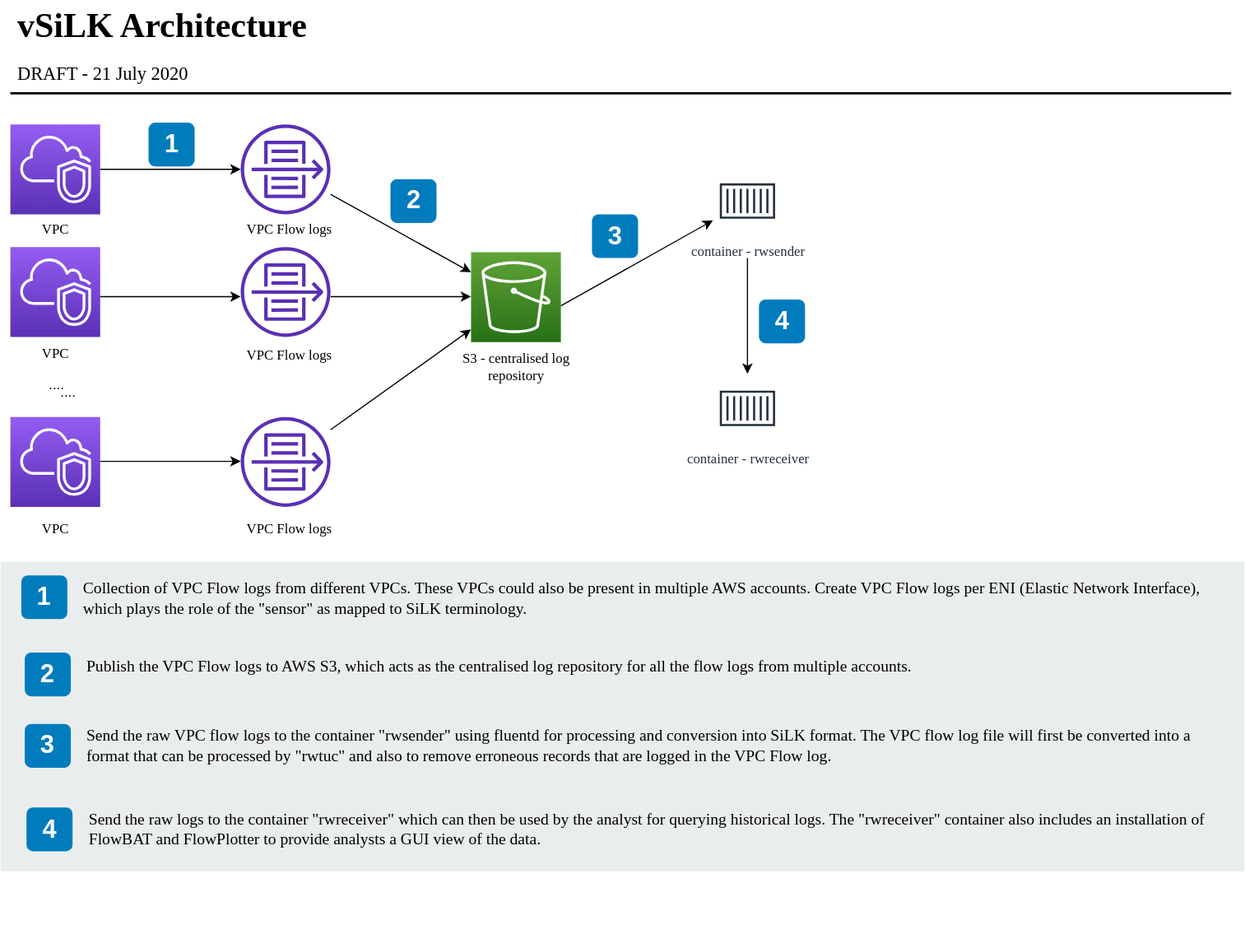
Above: images/vSiLK architecture.svg in ballaswetha/silk-vpc (draw.io), before the change. Source tidied: cells renumbered, new cells last; positions are measured from the earlier drawing's top-left corner, leaving out a move shared by most shapes.
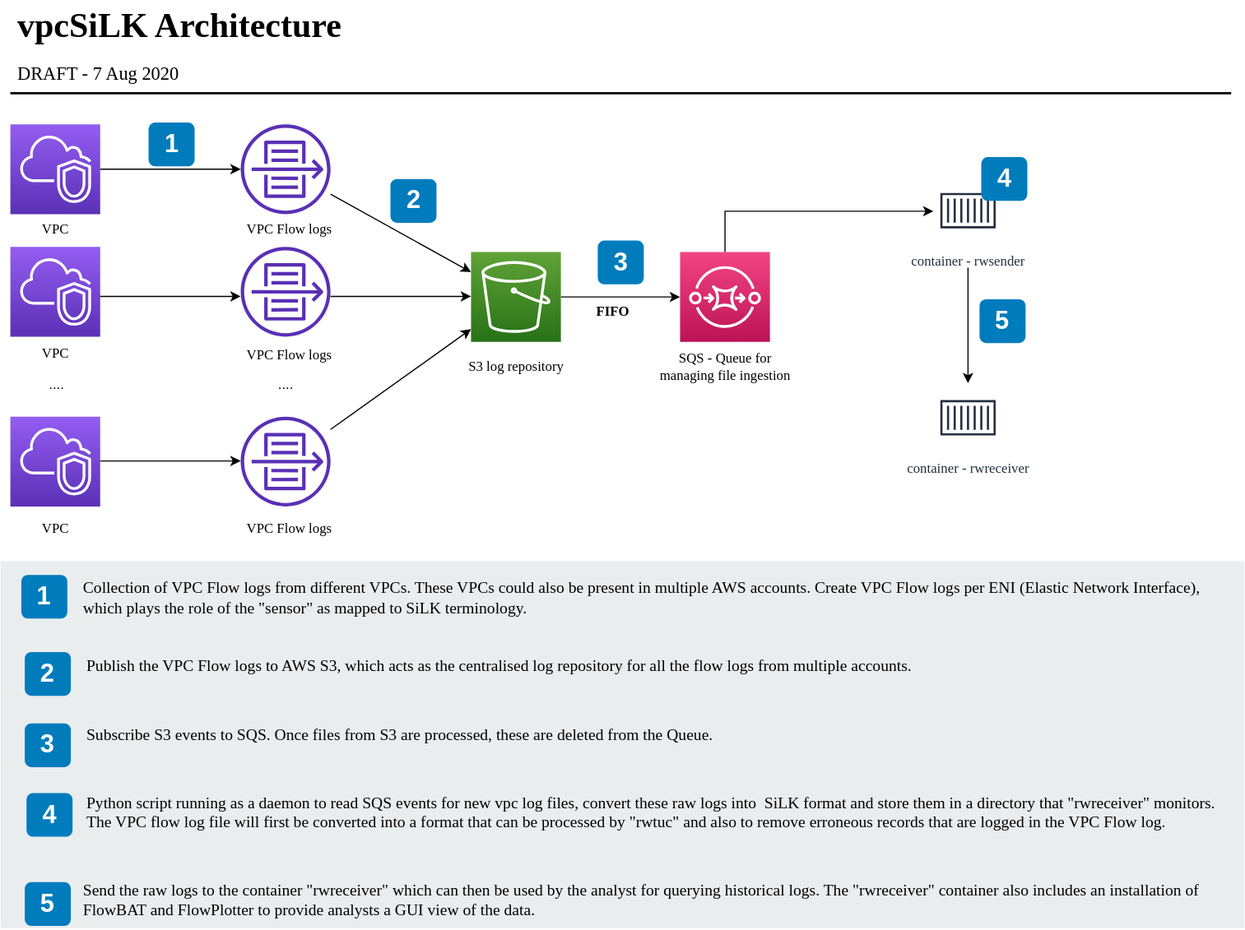
The same file after the commit.

Change to the diagram source:
```diff
@@ -2,11 +2,11 @@
   <root>
     <mxCell id="0" />
     <mxCell id="1" parent="0" />
-    <mxCell id="2" value="&lt;font face=&quot;Garamond&quot;&gt;vSiLK Architecture&lt;/font&gt;" style="text;html=1;align=left;verticalAlign=top;spacingTop=-4;fontSize=30;fontStyle=1;" parent="1" vertex="1">
-      <mxGeometry x="12.5" y="0.5" width="340" height="40" as="geometry" />
+    <mxCell id="2" value="&lt;font face=&quot;Garamond&quot;&gt;vpcSiLK Architecture&lt;/font&gt;" style="text;html=1;align=left;verticalAlign=top;spacingTop=-4;fontSize=30;fontStyle=1;" parent="1" vertex="1">
+      <mxGeometry x="12.5" y="0.5" width="380" height="40" as="geometry" />
     </mxCell>
-    <mxCell id="3" value="DRAFT - 21 July 2020" style="text;html=1;align=left;verticalAlign=top;spacingTop=-4;fontSize=16;fontFamily=Garamond;" parent="1" vertex="1">
-      <mxGeometry x="12.5" y="50.5" width="190" height="20" as="geometry" />
+    <mxCell id="3" value="DRAFT - 7 Aug 2020" style="text;html=1;align=left;verticalAlign=top;spacingTop=-4;fontSize=16;fontFamily=Garamond;" parent="1" vertex="1">
+      <mxGeometry x="12.5" y="50.5" width="180" height="20" as="geometry" />
     </mxCell>
     <mxCell id="4" style="line;strokeWidth=2;html=1;fontSize=14;" parent="1" vertex="1">
       <mxGeometry x="8.5" y="75.5" width="1060" height="10" as="geometry" />
@@ -29,14 +29,17 @@
     <mxCell id="10" style="outlineConnect=0;fontColor=#232F3E;gradientColor=none;fillColor=#5A30B5;strokeColor=none;dashed=0;verticalLabelPosition=bottom;verticalAlign=top;align=center;html=1;fontSize=12;fontStyle=0;shape=mxgraph.aws4.flow_logs;" parent="1" vertex="1">
       <mxGeometry x="208.5" y="361.5" width="78" height="78" as="geometry" />
     </mxCell>
+    <mxCell id="44" style="edgeStyle=orthogonalEdgeStyle;rounded=0;jettySize=auto;html=1;" parent="1" edge="1" source="11" target="49">
+      <mxGeometry relative="1" as="geometry" />
+    </mxCell>
     <mxCell id="11" style="outlineConnect=0;fontColor=#232F3E;gradientColor=#60A337;gradientDirection=north;fillColor=#277116;strokeColor=#ffffff;dashed=0;verticalLabelPosition=bottom;verticalAlign=top;align=center;html=1;fontSize=12;fontStyle=0;shape=mxgraph.aws4.resourceIcon;resIcon=mxgraph.aws4.s3;" parent="1" vertex="1">
       <mxGeometry x="408.5" y="218.5" width="78" height="78" as="geometry" />
     </mxCell>
     <mxCell id="12" value="&lt;font face=&quot;Garamond&quot;&gt;container - rwsender&lt;/font&gt;" style="outlineConnect=0;fontColor=#232F3E;gradientColor=none;strokeColor=#232F3E;fillColor=#ffffff;dashed=0;verticalLabelPosition=bottom;verticalAlign=top;align=center;html=1;fontSize=12;fontStyle=0;shape=mxgraph.aws4.resourceIcon;resIcon=mxgraph.aws4.container_1;" parent="1" vertex="1">
-      <mxGeometry x="618.5" y="144" width="60" height="60" as="geometry" />
+      <mxGeometry x="810" y="152.5" width="60" height="60" as="geometry" />
     </mxCell>
     <mxCell id="13" value="&lt;font face=&quot;Garamond&quot;&gt;container - rwreceiver&lt;/font&gt;" style="outlineConnect=0;fontColor=#232F3E;gradientColor=none;strokeColor=#232F3E;fillColor=#ffffff;dashed=0;verticalLabelPosition=bottom;verticalAlign=top;align=center;html=1;fontSize=12;fontStyle=0;shape=mxgraph.aws4.resourceIcon;resIcon=mxgraph.aws4.container_1;" parent="1" vertex="1">
-      <mxGeometry x="618.5" y="324" width="60" height="60" as="geometry" />
+      <mxGeometry x="810" y="332.5" width="60" height="60" as="geometry" />
     </mxCell>
     <mxCell id="14" value="1" style="rounded=1;whiteSpace=wrap;html=1;fillColor=#007CBD;strokeColor=none;fontColor=#FFFFFF;fontStyle=1;fontSize=22;labelBackgroundColor=none;" parent="1" vertex="1">
       <mxGeometry x="128.5" y="106" width="40" height="38" as="geometry" />
@@ -45,10 +48,10 @@
       <mxGeometry x="338.5" y="155" width="40" height="38" as="geometry" />
     </mxCell>
     <mxCell id="16" value="3" style="rounded=1;whiteSpace=wrap;html=1;fillColor=#007CBD;strokeColor=none;fontColor=#FFFFFF;fontStyle=1;fontSize=22;labelBackgroundColor=none;" parent="1" vertex="1">
-      <mxGeometry x="513.5" y="185.5" width="40" height="38" as="geometry" />
+      <mxGeometry x="518.5" y="208.5" width="40" height="38" as="geometry" />
     </mxCell>
     <mxCell id="17" value="4" style="rounded=1;whiteSpace=wrap;html=1;fillColor=#007CBD;strokeColor=none;fontColor=#FFFFFF;fontStyle=1;fontSize=22;labelBackgroundColor=none;" parent="1" vertex="1">
-      <mxGeometry x="658.5" y="259.5" width="40" height="38" as="geometry" />
+      <mxGeometry x="851.5" y="136" width="40" height="38" as="geometry" />
     </mxCell>
     <mxCell id="18" value="VPC" style="text;html=1;strokeColor=none;fillColor=none;align=center;verticalAlign=middle;whiteSpace=wrap;rounded=0;fontFamily=Garamond;" parent="1" vertex="1">
       <mxGeometry x="27.5" y="188.5" width="40" height="20" as="geometry" />
@@ -63,7 +66,7 @@
       <mxGeometry x="28.5" y="324" width="40" height="20" as="geometry" />
     </mxCell>
     <mxCell id="22" value="...." style="text;html=1;strokeColor=none;fillColor=none;align=center;verticalAlign=middle;whiteSpace=wrap;rounded=0;" parent="1" vertex="1">
-      <mxGeometry x="38.5" y="330" width="40" height="20" as="geometry" />
+      <mxGeometry x="227.5" y="324" width="40" height="20" as="geometry" />
     </mxCell>
     <mxCell id="23" style="endArrow=classic;html=1;" parent="1" edge="1" source="5" target="6">
       <mxGeometry relative="1" as="geometry" />
@@ -92,14 +95,9 @@
     <mxCell id="28" style="endArrow=classic;html=1;" parent="1" edge="1" source="10" target="11">
       <mxGeometry relative="1" as="geometry" />
     </mxCell>
-    <mxCell id="29" style="endArrow=classic;html=1;" parent="1" edge="1" target="12">
-      <mxGeometry relative="1" as="geometry">
-        <mxPoint x="486.5" y="265" as="sourcePoint" />
-      </mxGeometry>
-    </mxCell>
     <mxCell id="30" style="endArrow=classic;html=1;" parent="1" edge="1" target="13">
       <mxGeometry relative="1" as="geometry">
-        <mxPoint x="648.5" y="223.5" as="sourcePoint" />
+        <mxPoint x="840" y="232" as="sourcePoint" />
       </mxGeometry>
     </mxCell>
     <mxCell id="31" value="VPC Flow logs" style="text;html=1;strokeColor=none;fillColor=none;align=center;verticalAlign=middle;whiteSpace=wrap;rounded=0;fontFamily=Garamond;" parent="1" vertex="1">
@@ -111,11 +109,11 @@
     <mxCell id="33" value="VPC Flow logs" style="text;html=1;strokeColor=none;fillColor=none;align=center;verticalAlign=middle;whiteSpace=wrap;rounded=0;fontFamily=Garamond;" parent="1" vertex="1">
       <mxGeometry x="200.5" y="188.5" width="100" height="20" as="geometry" />
     </mxCell>
-    <mxCell id="34" value="S3 - centralised log repository" style="text;html=1;strokeColor=none;fillColor=none;align=center;verticalAlign=middle;whiteSpace=wrap;rounded=0;fontFamily=Garamond;" parent="1" vertex="1">
+    <mxCell id="34" value="S3 log repository" style="text;html=1;strokeColor=none;fillColor=none;align=center;verticalAlign=middle;whiteSpace=wrap;rounded=0;fontFamily=Garamond;" parent="1" vertex="1">
       <mxGeometry x="397.5" y="307.5" width="100" height="20" as="geometry" />
     </mxCell>
     <mxCell id="35" style="rounded=0;whiteSpace=wrap;html=1;fillColor=#EAEDED;fontSize=22;fontColor=#FFFFFF;strokeColor=none;labelBackgroundColor=none;" parent="1" vertex="1">
-      <mxGeometry y="487" width="1080" height="269" as="geometry" />
+      <mxGeometry y="487" width="1080" height="319" as="geometry" />
     </mxCell>
     <mxCell id="36" value="1" style="rounded=1;whiteSpace=wrap;html=1;fillColor=#007CBD;strokeColor=none;fontColor=#FFFFFF;fontStyle=1;fontSize=22;labelBackgroundColor=none;" parent="1" vertex="1">
       <mxGeometry x="18" y="499" width="40" height="38" as="geometry" />
@@ -127,7 +125,7 @@
       <mxGeometry x="21" y="628" width="40" height="38" as="geometry" />
     </mxCell>
     <mxCell id="39" value="4" style="rounded=1;whiteSpace=wrap;html=1;fillColor=#007CBD;strokeColor=none;fontColor=#FFFFFF;fontStyle=1;fontSize=22;labelBackgroundColor=none;" parent="1" vertex="1">
-      <mxGeometry x="22.5" y="700.5" width="40" height="38" as="geometry" />
+      <mxGeometry x="22.5" y="688.5" width="40" height="38" as="geometry" />
     </mxCell>
     <mxCell id="40" value="&lt;font face=&quot;Garamond&quot;&gt;Collection of VPC Flow logs from different VPCs. These VPCs could also be present in multiple AWS accounts. Create VPC Flow logs per ENI (Elastic Network Interface), which plays the role of the &quot;sensor&quot; as mapped to SiLK terminology.&amp;nbsp; &lt;br&gt;&lt;/font&gt;" style="text;html=1;align=left;verticalAlign=top;spacingTop=-4;fontSize=14;labelBackgroundColor=none;whiteSpace=wrap;" parent="1" vertex="1">
       <mxGeometry x="69.5" y="498.5" width="980.5" height="118" as="geometry" />
@@ -135,11 +133,36 @@
     <mxCell id="41" value="&lt;font face=&quot;Garamond&quot;&gt;Publish the VPC Flow logs to AWS S3, which acts as the centralised log repository for all the flow logs from multiple accounts. &lt;br&gt;&lt;/font&gt;" style="text;html=1;align=left;verticalAlign=top;spacingTop=-4;fontSize=14;labelBackgroundColor=none;whiteSpace=wrap;" parent="1" vertex="1">
       <mxGeometry x="73" y="566.5" width="981.5" height="115" as="geometry" />
     </mxCell>
-    <mxCell id="42" value="&lt;font face=&quot;Garamond&quot;&gt;Send the raw VPC flow logs to the container &quot;rwsender&quot; using fluentd for processing and conversion into SiLK format. The VPC flow log file will first be converted into a format that can be processed by &quot;rwtuc&quot; and also to remove erroneous records that are logged in the VPC Flow log. &lt;/font&gt;" style="text;html=1;align=left;verticalAlign=top;spacingTop=-4;fontSize=14;labelBackgroundColor=none;whiteSpace=wrap;" parent="1" vertex="1">
-      <mxGeometry x="73" y="626.5" width="981.5" height="117" as="geometry" />
+    <mxCell id="42" value="&lt;font face=&quot;Garamond&quot;&gt;Subscribe S3 events to SQS. Once files from S3 are processed, these are deleted from the Queue.&lt;br&gt;&lt;/font&gt;" style="text;html=1;align=left;verticalAlign=top;spacingTop=-4;fontSize=14;labelBackgroundColor=none;whiteSpace=wrap;" parent="1" vertex="1">
+      <mxGeometry x="73" y="626.5" width="981.5" height="39.5" as="geometry" />
     </mxCell>
     <mxCell id="43" value="&lt;span&gt;Send the raw logs to the container &quot;rwreceiver&quot; which can then be used by the analyst for querying historical logs. The &quot;rwreceiver&quot; container also includes an installation of FlowBAT and FlowPlotter to provide analysts a GUI view of the data. &lt;/span&gt;" style="text;html=1;align=left;verticalAlign=top;spacingTop=-4;fontSize=14;labelBackgroundColor=none;whiteSpace=wrap;fontFamily=Garamond;" parent="1" vertex="1">
-      <mxGeometry x="74.5" y="701" width="981.5" height="121" as="geometry" />
+      <mxGeometry x="69.5" y="762.5" width="981.5" height="45" as="geometry" />
     </mxCell>
+    <mxCell id="45" value="5" style="rounded=1;whiteSpace=wrap;html=1;fillColor=#007CBD;strokeColor=none;fontColor=#FFFFFF;fontStyle=1;fontSize=22;labelBackgroundColor=none;" parent="1" vertex="1">
+      <mxGeometry x="21" y="766" width="40" height="38" as="geometry" />
+    </mxCell>
+    <mxCell id="46" value="Python script running as a daemon to read SQS events for new vpc log files, convert these raw logs into&amp;nbsp; SiLK format and store them in a directory that &quot;rwreceiver&quot; monitors. &lt;font face=&quot;Garamond&quot;&gt;The VPC flow log file will first be converted into a format that can be processed by &quot;rwtuc&quot; and also to remove erroneous records that are logged in the VPC Flow log. &lt;/font&gt;" style="text;html=1;align=left;verticalAlign=top;spacingTop=-4;fontSize=14;labelBackgroundColor=none;whiteSpace=wrap;fontFamily=Garamond;" parent="1" vertex="1">
+      <mxGeometry x="73" y="686.5" width="981.5" height="45" as="geometry" />
+    </mxCell>
+    <mxCell id="47" value="5" style="rounded=1;whiteSpace=wrap;html=1;fillColor=#007CBD;strokeColor=none;fontColor=#FFFFFF;fontStyle=1;fontSize=22;labelBackgroundColor=none;" parent="1" vertex="1">
+      <mxGeometry x="850" y="259.5" width="40" height="38" as="geometry" />
+    </mxCell>
+    <mxCell id="48" style="edgeStyle=orthogonalEdgeStyle;rounded=0;jettySize=auto;html=1;" parent="1" edge="1" source="49" target="12">
+      <mxGeometry relative="1" as="geometry">
+        <Array as="points">
+          <mxPoint x="629" y="183" />
+        </Array>
+      </mxGeometry>
+    </mxCell>
+    <mxCell id="49" style="outlineConnect=0;fontColor=#232F3E;gradientColor=#F34482;gradientDirection=north;fillColor=#BC1356;strokeColor=#ffffff;dashed=0;verticalLabelPosition=bottom;verticalAlign=top;align=center;html=1;fontSize=12;fontStyle=0;shape=mxgraph.aws4.resourceIcon;resIcon=mxgraph.aws4.sqs;" parent="1" vertex="1">
+      <mxGeometry x="590" y="218.5" width="78" height="78" as="geometry" />
+    </mxCell>
+    <mxCell id="50" value="SQS - Queue for managing file ingestion" style="text;html=1;strokeColor=none;fillColor=none;align=center;verticalAlign=middle;whiteSpace=wrap;rounded=0;fontFamily=Garamond;" parent="1" vertex="1">
+      <mxGeometry x="568.5" y="307.5" width="121" height="20" as="geometry" />
+    </mxCell>
+    <mxCell id="51" value="&lt;b&gt;FIFO &lt;/b&gt;" style="text;html=1;strokeColor=none;fillColor=none;align=center;verticalAlign=middle;whiteSpace=wrap;rounded=0;fontFamily=Garamond;" parent="1" vertex="1">
+      <mxGeometry x="482" y="259.5" width="100" height="20" as="geometry" />
+    </mxCell>
   </root>
 </mxGraphModel>
```
